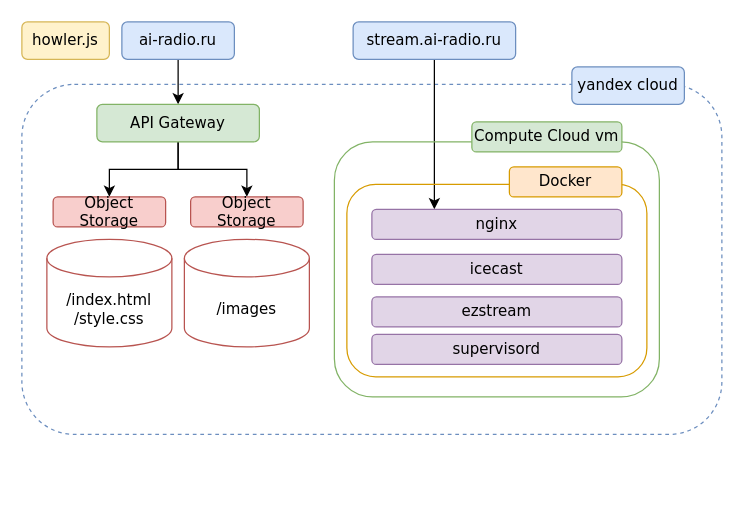
This is docs/ai-radio.drawio from valeter/ai-radio, a draw.io file, before an edit. Source tidied: cells renumbered, new cells numbered last; positions are measured from the earlier drawing's top-left corner, leaving out a move shared by most shapes. Both pictures are drawn from the tidied source at 125%, with x=0, y=0 at pixel (21, 21).
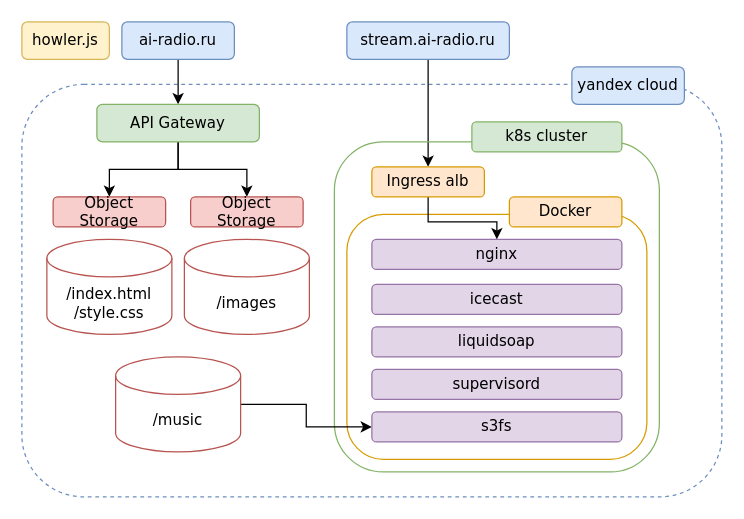
The same diagram, later.

Change to the diagram source:
```diff
@@
     <mxCell id="2" style="rounded=1;whiteSpace=wrap;html=1;dashed=1;fillColor=none;strokeColor=#6c8ebf;" parent="1" vertex="1">
-      <mxGeometry y="50" width="560" height="280" as="geometry" />
+      <mxGeometry y="50" width="560" height="330" as="geometry" />
     </mxCell>
@@
-    <mxCell id="6" style="edgeStyle=orthogonalEdgeStyle;rounded=0;jettySize=auto;html=1;exitX=0.5;exitY=1;exitDx=0;exitDy=0;entryX=0.25;entryY=0;entryDx=0;entryDy=0;" parent="1" edge="1" source="7" target="18">
-      <mxGeometry relative="1" as="geometry" />
-    </mxCell>
+    <mxCell id="24" style="edgeStyle=orthogonalEdgeStyle;rounded=0;jettySize=auto;html=1;exitX=0.5;exitY=1;exitDx=0;exitDy=0;" parent="1" edge="1" source="7" target="26">
+      <mxGeometry relative="1" as="geometry" />
+    </mxCell>
     <mxCell id="7" value="stream.ai-radio.ru" style="text;html=1;align=center;verticalAlign=middle;whiteSpace=wrap;rounded=1;strokeColor=#6c8ebf;fillColor=#dae8fc;fontFamily=Verdana;" parent="1" vertex="1">
-      <mxGeometry x="265" width="130" height="30" as="geometry" />
+      <mxGeometry x="260" width="130" height="30" as="geometry" />
     </mxCell>
@@
     <mxCell id="11" value="&lt;div&gt;/index.html&lt;/div&gt;&lt;div&gt;/style.css&lt;br&gt;&lt;/div&gt;" style="shape=cylinder3;whiteSpace=wrap;html=1;boundedLbl=1;backgroundOutline=1;size=15;fontFamily=Verdana;fillColor=none;strokeColor=#b85450;" parent="1" vertex="1">
-      <mxGeometry x="20" y="174" width="100" height="86" as="geometry" />
+      <mxGeometry x="20" y="174" width="100" height="76" as="geometry" />
     </mxCell>
     <mxCell id="12" value="&lt;div&gt;/images&lt;br&gt;&lt;/div&gt;" style="shape=cylinder3;whiteSpace=wrap;html=1;boundedLbl=1;backgroundOutline=1;size=15;fontFamily=Verdana;fillColor=none;strokeColor=#b85450;" parent="1" vertex="1">
-      <mxGeometry x="130" y="174" width="100" height="86" as="geometry" />
+      <mxGeometry x="130" y="174" width="100" height="76" as="geometry" />
     </mxCell>
@@
     <mxCell id="14" style="text;html=1;align=center;verticalAlign=middle;whiteSpace=wrap;rounded=1;strokeColor=#82b366;fillColor=none;fontFamily=Verdana;" parent="1" vertex="1">
-      <mxGeometry x="250" y="96" width="260" height="204" as="geometry" />
+      <mxGeometry x="250" y="96" width="260" height="264" as="geometry" />
     </mxCell>
@@
     <mxCell id="17" style="text;html=1;align=center;verticalAlign=middle;whiteSpace=wrap;rounded=1;strokeColor=#d79b00;fillColor=none;fontFamily=Verdana;" parent="1" vertex="1">
-      <mxGeometry x="260" y="130" width="240" height="154" as="geometry" />
+      <mxGeometry x="260" y="154" width="240" height="196" as="geometry" />
     </mxCell>
     <mxCell id="18" value="nginx" style="text;html=1;align=center;verticalAlign=middle;whiteSpace=wrap;rounded=1;strokeColor=#9673a6;fillColor=#e1d5e7;fontFamily=Verdana;" parent="1" vertex="1">
-      <mxGeometry x="280" y="150" width="200" height="24" as="geometry" />
+      <mxGeometry x="280" y="174" width="200" height="24" as="geometry" />
     </mxCell>
     <mxCell id="19" value="Docker" style="text;html=1;align=center;verticalAlign=middle;whiteSpace=wrap;rounded=1;strokeColor=#d79b00;fillColor=#ffe6cc;fontFamily=Verdana;" parent="1" vertex="1">
-      <mxGeometry x="390" y="116" width="90" height="24" as="geometry" />
+      <mxGeometry x="390" y="140" width="90" height="24" as="geometry" />
     </mxCell>
-    <mxCell id="20" value="Compute Cloud vm" style="text;html=1;align=center;verticalAlign=middle;whiteSpace=wrap;rounded=1;strokeColor=#82b366;fillColor=#d5e8d4;fontFamily=Verdana;" parent="1" vertex="1">
+    <mxCell id="20" value="k8s cluster" style="text;html=1;align=center;verticalAlign=middle;whiteSpace=wrap;rounded=1;strokeColor=#82b366;fillColor=#d5e8d4;fontFamily=Verdana;" parent="1" vertex="1">
       <mxGeometry x="360" y="80" width="120" height="24" as="geometry" />
     </mxCell>
     <mxCell id="21" value="icecast" style="text;html=1;align=center;verticalAlign=middle;whiteSpace=wrap;rounded=1;strokeColor=#9673a6;fillColor=#e1d5e7;fontFamily=Verdana;" parent="1" vertex="1">
-      <mxGeometry x="280" y="186" width="200" height="24" as="geometry" />
+      <mxGeometry x="280" y="210" width="200" height="24" as="geometry" />
     </mxCell>
-    <mxCell id="22" value="ezstream" style="text;html=1;align=center;verticalAlign=middle;whiteSpace=wrap;rounded=1;strokeColor=#9673a6;fillColor=#e1d5e7;fontFamily=Verdana;" parent="1" vertex="1">
-      <mxGeometry x="280" y="220" width="200" height="24" as="geometry" />
+    <mxCell id="22" value="liquidsoap" style="text;html=1;align=center;verticalAlign=middle;whiteSpace=wrap;rounded=1;strokeColor=#9673a6;fillColor=#e1d5e7;fontFamily=Verdana;" parent="1" vertex="1">
+      <mxGeometry x="280" y="244" width="200" height="24" as="geometry" />
     </mxCell>
     <mxCell id="23" value="supervisord" style="text;html=1;align=center;verticalAlign=middle;whiteSpace=wrap;rounded=1;strokeColor=#9673a6;fillColor=#e1d5e7;fontFamily=Verdana;" parent="1" vertex="1">
-      <mxGeometry x="280" y="250" width="200" height="24" as="geometry" />
+      <mxGeometry x="280" y="278" width="200" height="24" as="geometry" />
     </mxCell>
+    <mxCell id="25" style="edgeStyle=orthogonalEdgeStyle;rounded=0;jettySize=auto;html=1;exitX=0.5;exitY=1;exitDx=0;exitDy=0;" parent="1" edge="1" source="26" target="18">
+      <mxGeometry relative="1" as="geometry" />
+    </mxCell>
+    <mxCell id="26" value="Ingress alb" style="text;html=1;align=center;verticalAlign=middle;whiteSpace=wrap;rounded=1;strokeColor=#d79b00;fillColor=#ffe6cc;fontFamily=Verdana;" parent="1" vertex="1">
+      <mxGeometry x="280" y="116" width="90" height="24" as="geometry" />
+    </mxCell>
+    <mxCell id="27" style="edgeStyle=orthogonalEdgeStyle;rounded=0;jettySize=auto;html=1;exitX=1;exitY=0.5;exitDx=0;exitDy=0;exitPerimeter=0;entryX=0;entryY=0.5;entryDx=0;entryDy=0;" parent="1" edge="1" source="28" target="29">
+      <mxGeometry relative="1" as="geometry" />
+    </mxCell>
+    <mxCell id="28" value="&lt;div&gt;/music&lt;/div&gt;" style="shape=cylinder3;whiteSpace=wrap;html=1;boundedLbl=1;backgroundOutline=1;size=15;fontFamily=Verdana;fillColor=none;strokeColor=#b85450;" parent="1" vertex="1">
+      <mxGeometry x="75" y="268" width="100" height="76" as="geometry" />
+    </mxCell>
+    <mxCell id="29" value="s3fs" style="text;html=1;align=center;verticalAlign=middle;whiteSpace=wrap;rounded=1;strokeColor=#9673a6;fillColor=#e1d5e7;fontFamily=Verdana;" parent="1" vertex="1">
+      <mxGeometry x="280" y="312" width="200" height="24" as="geometry" />
+    </mxCell>
```
